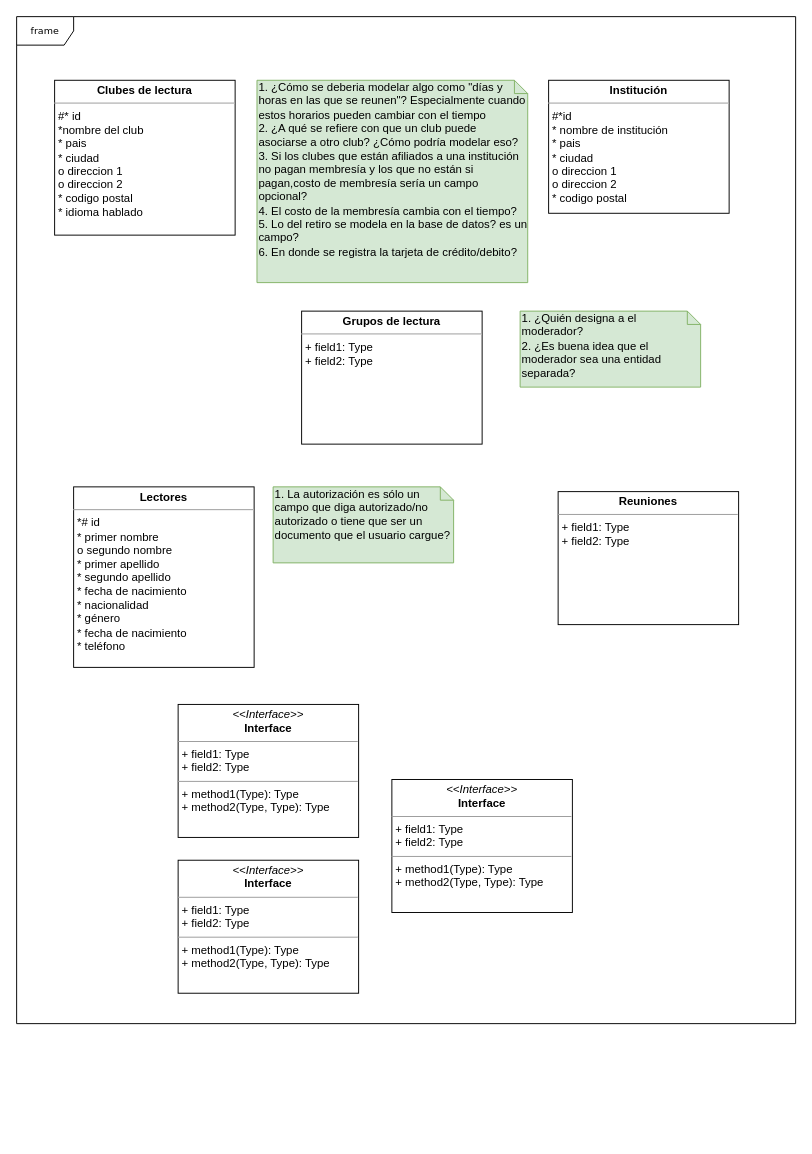
Above: DB I/RC (Pseudo) Data structure.drawio in NeutronBlast/IS-Ex (draw.io), before the change. Source tidied: cells renumbered, new cells numbered last; positions are measured from the earlier drawing's top-left corner, leaving out a move shared by most shapes. Both pictures are drawn from the tidied source at 95%, with x=0, y=0 at pixel (16, 16).
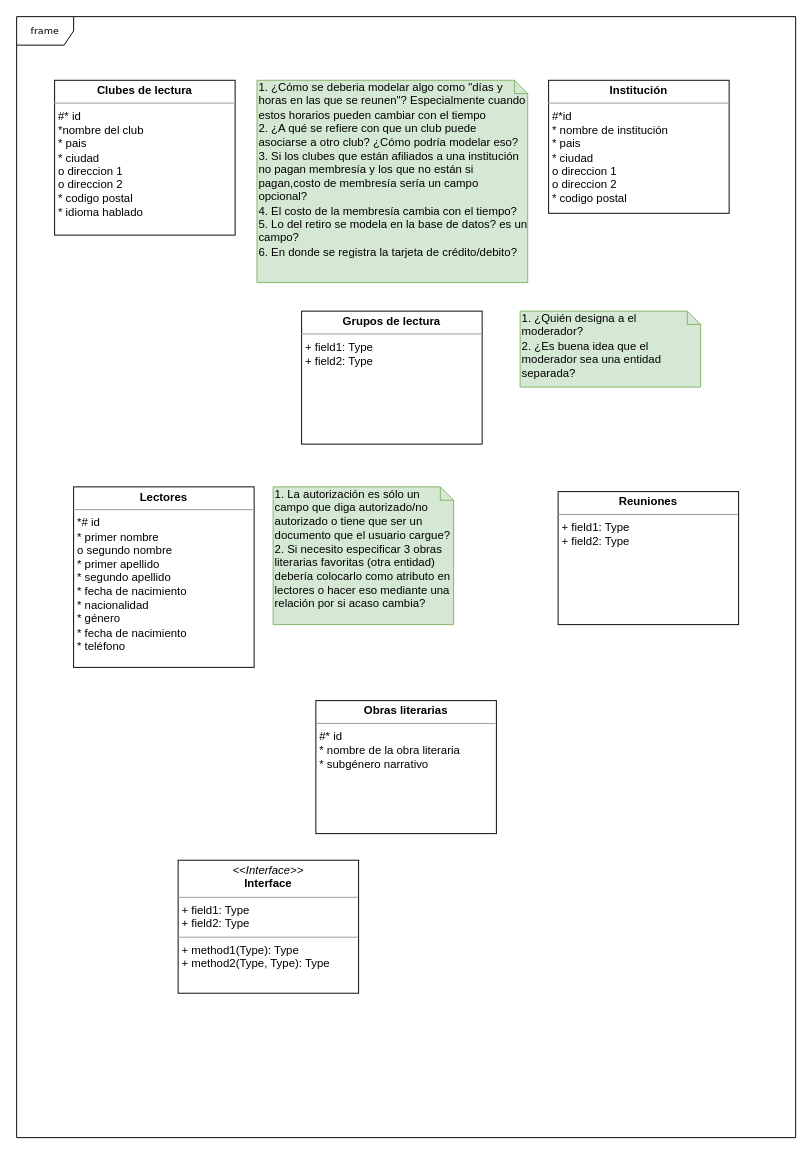
The same page after the edit.

Change to the diagram source:
```diff
@@
 <mxGraphModel background="#ffffff">
   <root>
     <mxCell id="0" />
     <mxCell id="1" parent="0" />
     <mxCell id="2" value="frame" style="shape=umlFrame;whiteSpace=wrap;html=1;rounded=0;shadow=0;comic=0;labelBackgroundColor=none;strokeColor=#000000;strokeWidth=1;fillColor=#ffffff;fontFamily=Verdana;fontSize=10;fontColor=#000000;align=center;" parent="1" vertex="1">
-      <mxGeometry width="820" height="1060" as="geometry" />
+      <mxGeometry width="820" height="1180" as="geometry" />
     </mxCell>
-    <mxCell id="3" value="&lt;p style=&quot;margin:0px;margin-top:4px;text-align:center;&quot;&gt;&lt;i&gt;&amp;lt;&amp;lt;Interface&amp;gt;&amp;gt;&lt;/i&gt;&lt;br/&gt;&lt;b&gt;Interface&lt;/b&gt;&lt;/p&gt;&lt;hr size=&quot;1&quot;/&gt;&lt;p style=&quot;margin:0px;margin-left:4px;&quot;&gt;+ field1: Type&lt;br/&gt;+ field2: Type&lt;/p&gt;&lt;hr size=&quot;1&quot;/&gt;&lt;p style=&quot;margin:0px;margin-left:4px;&quot;&gt;+ method1(Type): Type&lt;br/&gt;+ method2(Type, Type): Type&lt;/p&gt;" style="verticalAlign=top;align=left;overflow=fill;fontSize=12;fontFamily=Helvetica;html=1;rounded=0;shadow=0;comic=0;labelBackgroundColor=none;strokeColor=#000000;strokeWidth=1;fillColor=#ffffff;" parent="1" vertex="1">
-      <mxGeometry x="395" y="803" width="190" height="140" as="geometry" />
+    <mxCell id="3" value="&lt;p style=&quot;margin: 0px ; margin-top: 4px ; text-align: center&quot;&gt;&lt;b&gt;Obras literarias&lt;/b&gt;&lt;/p&gt;&lt;hr size=&quot;1&quot;&gt;&lt;p style=&quot;margin: 0px ; margin-left: 4px&quot;&gt;#* id&lt;/p&gt;&lt;p style=&quot;margin: 0px ; margin-left: 4px&quot;&gt;* nombre de la obra literaria&lt;/p&gt;&lt;p style=&quot;margin: 0px ; margin-left: 4px&quot;&gt;* subgénero narrativo&lt;/p&gt;" style="verticalAlign=top;align=left;overflow=fill;fontSize=12;fontFamily=Helvetica;html=1;rounded=0;shadow=0;comic=0;labelBackgroundColor=none;strokeColor=#000000;strokeWidth=1;fillColor=#ffffff;" parent="1" vertex="1">
+      <mxGeometry x="315" y="720" width="190" height="140" as="geometry" />
     </mxCell>
     <mxCell id="4" value="&lt;p style=&quot;margin: 0px ; margin-top: 4px ; text-align: center&quot;&gt;&lt;b&gt;Institución&lt;/b&gt;&lt;/p&gt;&lt;hr size=&quot;1&quot;&gt;&lt;p style=&quot;margin: 0px ; margin-left: 4px&quot;&gt;#*id&amp;nbsp;&lt;/p&gt;&lt;p style=&quot;margin: 0px ; margin-left: 4px&quot;&gt;* nombre de institución&lt;/p&gt;&lt;p style=&quot;margin: 0px 0px 0px 4px&quot;&gt;* pais&lt;/p&gt;&lt;p style=&quot;margin: 0px 0px 0px 4px&quot;&gt;* ciudad&lt;/p&gt;&lt;p style=&quot;margin: 0px 0px 0px 4px&quot;&gt;o direccion 1&lt;/p&gt;&lt;p style=&quot;margin: 0px 0px 0px 4px&quot;&gt;o direccion 2&lt;/p&gt;&lt;p style=&quot;margin: 0px 0px 0px 4px&quot;&gt;* codigo postal&lt;/p&gt;" style="verticalAlign=top;align=left;overflow=fill;fontSize=12;fontFamily=Helvetica;html=1;rounded=0;shadow=0;comic=0;labelBackgroundColor=none;strokeColor=#000000;strokeWidth=1;fillColor=#ffffff;" parent="1" vertex="1">
       <mxGeometry x="560" y="67" width="190" height="140" as="geometry" />
     </mxCell>
     <mxCell id="5" value="&lt;p style=&quot;margin:0px;margin-top:4px;text-align:center;&quot;&gt;&lt;i&gt;&amp;lt;&amp;lt;Interface&amp;gt;&amp;gt;&lt;/i&gt;&lt;br/&gt;&lt;b&gt;Interface&lt;/b&gt;&lt;/p&gt;&lt;hr size=&quot;1&quot;/&gt;&lt;p style=&quot;margin:0px;margin-left:4px;&quot;&gt;+ field1: Type&lt;br/&gt;+ field2: Type&lt;/p&gt;&lt;hr size=&quot;1&quot;/&gt;&lt;p style=&quot;margin:0px;margin-left:4px;&quot;&gt;+ method1(Type): Type&lt;br/&gt;+ method2(Type, Type): Type&lt;/p&gt;" style="verticalAlign=top;align=left;overflow=fill;fontSize=12;fontFamily=Helvetica;html=1;rounded=0;shadow=0;comic=0;labelBackgroundColor=none;strokeColor=#000000;strokeWidth=1;fillColor=#ffffff;" parent="1" vertex="1">
       <mxGeometry x="170" y="888" width="190" height="140" as="geometry" />
     </mxCell>
-    <mxCell id="6" value="&lt;p style=&quot;margin:0px;margin-top:4px;text-align:center;&quot;&gt;&lt;i&gt;&amp;lt;&amp;lt;Interface&amp;gt;&amp;gt;&lt;/i&gt;&lt;br/&gt;&lt;b&gt;Interface&lt;/b&gt;&lt;/p&gt;&lt;hr size=&quot;1&quot;/&gt;&lt;p style=&quot;margin:0px;margin-left:4px;&quot;&gt;+ field1: Type&lt;br/&gt;+ field2: Type&lt;/p&gt;&lt;hr size=&quot;1&quot;/&gt;&lt;p style=&quot;margin:0px;margin-left:4px;&quot;&gt;+ method1(Type): Type&lt;br/&gt;+ method2(Type, Type): Type&lt;/p&gt;" style="verticalAlign=top;align=left;overflow=fill;fontSize=12;fontFamily=Helvetica;html=1;rounded=0;shadow=0;comic=0;labelBackgroundColor=none;strokeColor=#000000;strokeWidth=1;fillColor=#ffffff;" parent="1" vertex="1">
-      <mxGeometry x="170" y="724" width="190" height="140" as="geometry" />
-    </mxCell>
     <mxCell id="7" value="&lt;p style=&quot;margin: 0px ; margin-top: 4px ; text-align: center&quot;&gt;&lt;b&gt;Reuniones&lt;/b&gt;&lt;/p&gt;&lt;hr size=&quot;1&quot;&gt;&lt;p style=&quot;margin: 0px ; margin-left: 4px&quot;&gt;+ field1: Type&lt;br&gt;+ field2: Type&lt;/p&gt;&lt;p style=&quot;margin: 0px ; margin-left: 4px&quot;&gt;&lt;br&gt;&lt;/p&gt;" style="verticalAlign=top;align=left;overflow=fill;fontSize=12;fontFamily=Helvetica;html=1;rounded=0;shadow=0;comic=0;labelBackgroundColor=none;strokeColor=#000000;strokeWidth=1;fillColor=#ffffff;" parent="1" vertex="1">
       <mxGeometry x="570" y="500" width="190" height="140" as="geometry" />
     </mxCell>
     <mxCell id="8" value="&lt;p style=&quot;margin: 0px ; margin-top: 4px ; text-align: center&quot;&gt;&lt;b&gt;Clubes de lectura&lt;/b&gt;&lt;/p&gt;&lt;hr size=&quot;1&quot;&gt;&lt;p style=&quot;margin: 0px ; margin-left: 4px&quot;&gt;#* id&lt;/p&gt;&lt;p style=&quot;margin: 0px ; margin-left: 4px&quot;&gt;*nombre del club&lt;/p&gt;&lt;p style=&quot;margin: 0px ; margin-left: 4px&quot;&gt;* pais&lt;/p&gt;&lt;p style=&quot;margin: 0px ; margin-left: 4px&quot;&gt;* ciudad&lt;/p&gt;&lt;p style=&quot;margin: 0px ; margin-left: 4px&quot;&gt;o direccion 1&lt;/p&gt;&lt;p style=&quot;margin: 0px ; margin-left: 4px&quot;&gt;o direccion 2&lt;/p&gt;&lt;p style=&quot;margin: 0px ; margin-left: 4px&quot;&gt;* codigo postal&lt;/p&gt;&lt;p style=&quot;margin: 0px ; margin-left: 4px&quot;&gt;* idioma hablado&lt;/p&gt;&lt;p style=&quot;margin: 0px ; margin-left: 4px&quot;&gt;&lt;br&gt;&lt;/p&gt;" style="verticalAlign=top;align=left;overflow=fill;fontSize=12;fontFamily=Helvetica;html=1;rounded=0;shadow=0;comic=0;labelBackgroundColor=none;strokeColor=#000000;strokeWidth=1;fillColor=#ffffff;" parent="1" vertex="1">
       <mxGeometry x="40" y="67" width="190" height="163" as="geometry" />
     </mxCell>
     <mxCell id="9" value="&lt;p style=&quot;margin: 0px ; margin-top: 4px ; text-align: center&quot;&gt;&lt;b&gt;Lectores&lt;/b&gt;&lt;/p&gt;&lt;hr size=&quot;1&quot;&gt;&lt;p style=&quot;margin: 0px ; margin-left: 4px&quot;&gt;*# id&lt;/p&gt;&lt;p style=&quot;margin: 0px ; margin-left: 4px&quot;&gt;* primer nombre&lt;/p&gt;&lt;p style=&quot;margin: 0px ; margin-left: 4px&quot;&gt;o segundo nombre&lt;/p&gt;&lt;p style=&quot;margin: 0px ; margin-left: 4px&quot;&gt;* primer apellido&lt;/p&gt;&lt;p style=&quot;margin: 0px ; margin-left: 4px&quot;&gt;* segundo apellido&lt;/p&gt;&lt;p style=&quot;margin: 0px ; margin-left: 4px&quot;&gt;* fecha de nacimiento&lt;/p&gt;&lt;p style=&quot;margin: 0px ; margin-left: 4px&quot;&gt;* nacionalidad&lt;/p&gt;&lt;p style=&quot;margin: 0px ; margin-left: 4px&quot;&gt;* género&lt;/p&gt;&lt;p style=&quot;margin: 0px ; margin-left: 4px&quot;&gt;* fecha de nacimiento&lt;/p&gt;&lt;p style=&quot;margin: 0px ; margin-left: 4px&quot;&gt;* teléfono&lt;/p&gt;" style="verticalAlign=top;align=left;overflow=fill;fontSize=12;fontFamily=Helvetica;html=1;rounded=0;shadow=0;comic=0;labelBackgroundColor=none;strokeColor=#000000;strokeWidth=1;fillColor=#ffffff;" parent="1" vertex="1">
       <mxGeometry x="60" y="495" width="190" height="190" as="geometry" />
     </mxCell>
     <mxCell id="10" value="&lt;p style=&quot;margin: 0px ; margin-top: 4px ; text-align: center&quot;&gt;&lt;b&gt;Grupos de lectura&lt;/b&gt;&lt;/p&gt;&lt;hr size=&quot;1&quot;&gt;&lt;p style=&quot;margin: 0px ; margin-left: 4px&quot;&gt;+ field1: Type&lt;br&gt;+ field2: Type&lt;/p&gt;" style="verticalAlign=top;align=left;overflow=fill;fontSize=12;fontFamily=Helvetica;html=1;rounded=0;shadow=0;comic=0;labelBackgroundColor=none;strokeColor=#000000;strokeWidth=1;fillColor=#ffffff;" parent="1" vertex="1">
       <mxGeometry x="300" y="310" width="190" height="140" as="geometry" />
     </mxCell>
     <mxCell id="11" value="1. ¿Cómo se deberia modelar algo como &quot;días y horas en las que se reunen&quot;? Especialmente cuando estos horarios pueden cambiar con el tiempo&lt;br&gt;2. ¿A qué se refiere con que un club puede asociarse a otro club? ¿Cómo podría modelar eso?&lt;br&gt;3. Si los clubes que están afiliados a una institución no pagan membresía y los que no están si pagan,costo de membresía sería un campo opcional?&lt;br&gt;4. El costo de la membresía cambia con el tiempo?&lt;br&gt;5. Lo del retiro se modela en la base de datos? es un campo?&lt;br&gt;6. En donde se registra la tarjeta de crédito/debito?" style="shape=note;whiteSpace=wrap;html=1;size=14;verticalAlign=top;align=left;spacingTop=-6;fillColor=#d5e8d4;strokeColor=#82b366;" parent="1" vertex="1">
       <mxGeometry x="253" y="67" width="285" height="213" as="geometry" />
     </mxCell>
-    <mxCell id="12" value="1. La autorización es sólo un campo que diga autorizado/no autorizado o tiene que ser un documento que el usuario cargue?" style="shape=note;whiteSpace=wrap;html=1;size=14;verticalAlign=top;align=left;spacingTop=-6;fillColor=#d5e8d4;strokeColor=#82b366;" parent="1" vertex="1">
-      <mxGeometry x="270" y="495" width="190" height="80" as="geometry" />
+    <mxCell id="12" value="1. La autorización es sólo un campo que diga autorizado/no autorizado o tiene que ser un documento que el usuario cargue?&lt;br&gt;2. Si necesito especificar 3 obras literarias favoritas (otra entidad) debería colocarlo como atributo en lectores o hacer eso mediante una relación por si acaso cambia?" style="shape=note;whiteSpace=wrap;html=1;size=14;verticalAlign=top;align=left;spacingTop=-6;fillColor=#d5e8d4;strokeColor=#82b366;" parent="1" vertex="1">
+      <mxGeometry x="270" y="495" width="190" height="145" as="geometry" />
     </mxCell>
     <mxCell id="13" value="1. ¿Quién designa a el moderador?&lt;br&gt;2. ¿Es buena idea que el moderador sea una entidad separada?" style="shape=note;whiteSpace=wrap;html=1;size=14;verticalAlign=top;align=left;spacingTop=-6;fillColor=#d5e8d4;strokeColor=#82b366;" parent="1" vertex="1">
       <mxGeometry x="530" y="310" width="190" height="80" as="geometry" />
     </mxCell>
   </root>
 </mxGraphModel>
```
